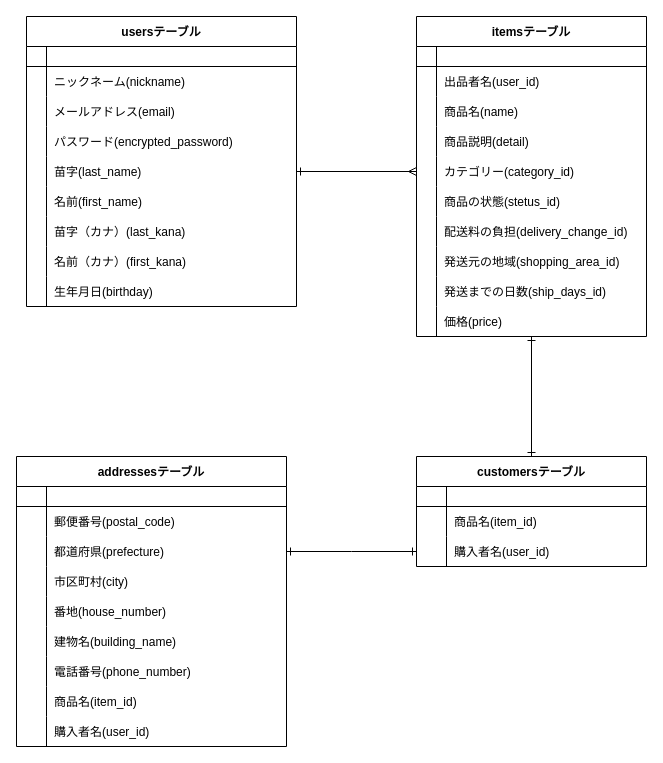
The draw.io diagram furima.dio in m81-ito-keisuke/furima-28163, before the edit. Source tidied: cells renumbered, new cells numbered last; positions are measured from the earlier drawing's top-left corner, leaving out a move shared by most shapes. Both pictures are drawn from the tidied source at 100%, with x=0, y=0 at pixel (16, 16).
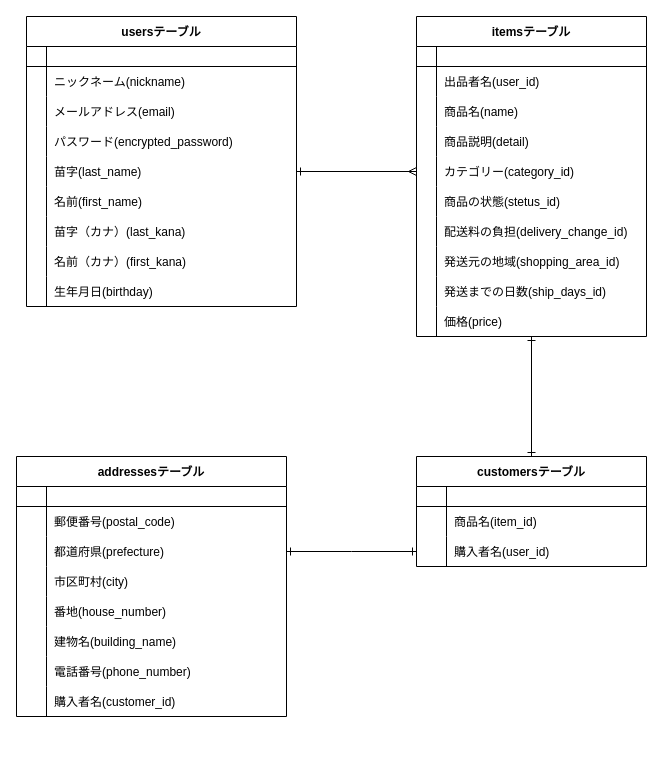
After the change.

Commit message (it also covers changes not shown here):
テーブル,カラムの修正３

Change to the diagram source:
```diff
@@
     <mxCell id="75" value="addressesテーブル" style="shape=table;startSize=30;childLayout=tableLayout;rowLines=0;fontStyle=1;align=center;" parent="1" vertex="1">
-      <mxGeometry y="440" width="270" height="290" as="geometry" />
+      <mxGeometry y="440" width="270" height="260" as="geometry" />
     </mxCell>
@@
-    <mxCell id="97" style="shape=partialRectangle;fillColor=none;top=0;left=0;bottom=0;right=0;" parent="75" vertex="1">
-      <mxGeometry y="230" width="270" height="30" as="geometry" />
-    </mxCell>
-    <mxCell id="98" style="shape=partialRectangle;fillColor=none;top=0;left=0;bottom=0;right=0;overflow=hidden;" parent="97" vertex="1">
-      <mxGeometry width="30" height="30" as="geometry" />
-    </mxCell>
-    <mxCell id="99" value="商品名(item_id)" style="shape=partialRectangle;fillColor=none;top=0;left=0;bottom=0;right=0;align=left;spacingLeft=6;overflow=hidden;" parent="97" vertex="1">
-      <mxGeometry x="30" width="240" height="30" as="geometry" />
-    </mxCell>
     <mxCell id="100" style="shape=partialRectangle;fillColor=none;top=0;left=0;bottom=0;right=0;" parent="75" vertex="1">
-      <mxGeometry y="260" width="270" height="30" as="geometry" />
+      <mxGeometry y="230" width="270" height="30" as="geometry" />
     </mxCell>
@@
-    <mxCell id="102" value="購入者名(user_id)" style="shape=partialRectangle;fillColor=none;top=0;left=0;bottom=0;right=0;align=left;spacingLeft=6;overflow=hidden;" parent="100" vertex="1">
+    <mxCell id="102" value="購入者名(customer_id)" style="shape=partialRectangle;fillColor=none;top=0;left=0;bottom=0;right=0;align=left;spacingLeft=6;overflow=hidden;" parent="100" vertex="1">
       <mxGeometry x="30" width="240" height="30" as="geometry" />
     </mxCell>
```
